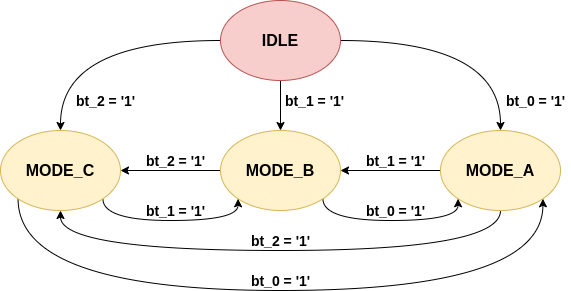
The draw.io diagram doc/images/fsm.png in Alberto12MC/Modules, before a commit. Source tidied: cells renumbered, new cells last; positions are measured from the earlier drawing's top-left corner, leaving out a move shared by most shapes.
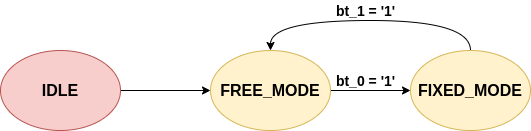
After the change.

Change to the diagram source:
```diff
@@ -2,91 +2,34 @@
   <root>
     <mxCell id="0" />
     <mxCell id="1" parent="0" />
-    <mxCell id="2" style="edgeStyle=orthogonalEdgeStyle;jettySize=auto;html=1;exitX=0;exitY=0.5;exitDx=0;exitDy=0;entryX=0.5;entryY=0;entryDx=0;entryDy=0;curved=1;" parent="1" edge="1" source="5" target="14">
-      <mxGeometry relative="1" as="geometry" />
-    </mxCell>
-    <mxCell id="3" style="edgeStyle=orthogonalEdgeStyle;curved=1;jettySize=auto;html=1;exitX=1;exitY=0.5;exitDx=0;exitDy=0;entryX=0.5;entryY=0;entryDx=0;entryDy=0;" parent="1" edge="1" source="5" target="8">
+    <mxCell id="3" style="edgeStyle=orthogonalEdgeStyle;curved=1;jettySize=auto;html=1;exitX=1;exitY=0.5;exitDx=0;exitDy=0;" parent="1" edge="1" source="5" target="8">
       <mxGeometry relative="1" as="geometry" />
     </mxCell>
-    <mxCell id="4" style="edgeStyle=orthogonalEdgeStyle;curved=1;jettySize=auto;html=1;exitX=0.5;exitY=1;exitDx=0;exitDy=0;" parent="1" edge="1" source="5" target="11">
-      <mxGeometry relative="1" as="geometry" />
-    </mxCell>
     <mxCell id="5" value="&lt;b style=&quot;font-size: 16px&quot;&gt;IDLE&lt;/b&gt;" style="ellipse;whiteSpace=wrap;html=1;fillColor=#f8cecc;strokeColor=#b85450;" parent="1" vertex="1">
-      <mxGeometry x="220" width="120" height="80" as="geometry" />
+      <mxGeometry x="20" y="130" width="120" height="80" as="geometry" />
     </mxCell>
-    <mxCell id="6" style="edgeStyle=orthogonalEdgeStyle;rounded=0;jettySize=auto;html=1;exitX=0;exitY=0.5;exitDx=0;exitDy=0;entryX=1;entryY=0.5;entryDx=0;entryDy=0;" parent="1" edge="1" source="8" target="11">
-      <mxGeometry relative="1" as="geometry" />
-    </mxCell>
-    <mxCell id="7" style="edgeStyle=orthogonalEdgeStyle;curved=1;jettySize=auto;html=1;exitX=0.5;exitY=1;exitDx=0;exitDy=0;entryX=0.5;entryY=1;entryDx=0;entryDy=0;" parent="1" edge="1" source="8" target="14">
-      <mxGeometry relative="1" as="geometry">
-        <Array as="points">
-          <mxPoint x="500" y="250" />
-          <mxPoint x="60" y="250" />
-        </Array>
-      </mxGeometry>
-    </mxCell>
+    <mxCell id="24" style="edgeStyle=orthogonalEdgeStyle;curved=1;jettySize=auto;html=1;exitX=1;exitY=0.5;exitDx=0;exitDy=0;entryX=0;entryY=0.5;entryDx=0;entryDy=0;" parent="1" edge="1" source="8" target="26">
+      <mxGeometry relative="1" as="geometry" />
+    </mxCell>
-    <mxCell id="8" value="&lt;b style=&quot;font-size: 16px&quot;&gt;MODE_A&lt;/b&gt;" style="ellipse;whiteSpace=wrap;html=1;fillColor=#fff2cc;strokeColor=#d6b656;" parent="1" vertex="1">
-      <mxGeometry x="440" y="130" width="120" height="80" as="geometry" />
+    <mxCell id="8" value="&lt;b style=&quot;font-size: 16px&quot;&gt;FREE_MODE&lt;/b&gt;" style="ellipse;whiteSpace=wrap;html=1;fillColor=#fff2cc;strokeColor=#d6b656;" parent="1" vertex="1">
+      <mxGeometry x="230" y="130" width="120" height="80" as="geometry" />
     </mxCell>
-    <mxCell id="9" style="edgeStyle=orthogonalEdgeStyle;rounded=0;jettySize=auto;html=1;exitX=0;exitY=0.5;exitDx=0;exitDy=0;entryX=1;entryY=0.5;entryDx=0;entryDy=0;" parent="1" edge="1" source="11" target="14">
-      <mxGeometry relative="1" as="geometry" />
-    </mxCell>
-    <mxCell id="10" style="edgeStyle=orthogonalEdgeStyle;curved=1;jettySize=auto;html=1;exitX=1;exitY=1;exitDx=0;exitDy=0;entryX=0;entryY=1;entryDx=0;entryDy=0;" parent="1" edge="1" source="11" target="8">
-      <mxGeometry relative="1" as="geometry">
-        <Array as="points">
-          <mxPoint x="322" y="220" />
-          <mxPoint x="458" y="220" />
-        </Array>
-      </mxGeometry>
-    </mxCell>
-    <mxCell id="11" value="&lt;b style=&quot;font-size: 16px&quot;&gt;MODE_B&lt;/b&gt;" style="ellipse;whiteSpace=wrap;html=1;fillColor=#fff2cc;strokeColor=#d6b656;" parent="1" vertex="1">
-      <mxGeometry x="220" y="130" width="120" height="80" as="geometry" />
-    </mxCell>
-    <mxCell id="12" style="edgeStyle=orthogonalEdgeStyle;curved=1;jettySize=auto;html=1;exitX=1;exitY=1;exitDx=0;exitDy=0;entryX=0;entryY=1;entryDx=0;entryDy=0;" parent="1" edge="1" source="14" target="11">
-      <mxGeometry relative="1" as="geometry">
-        <Array as="points">
-          <mxPoint x="102" y="220" />
-          <mxPoint x="238" y="220" />
-        </Array>
-      </mxGeometry>
-    </mxCell>
-    <mxCell id="13" style="edgeStyle=orthogonalEdgeStyle;curved=1;jettySize=auto;html=1;exitX=0;exitY=1;exitDx=0;exitDy=0;entryX=1;entryY=1;entryDx=0;entryDy=0;" parent="1" edge="1" source="14" target="8">
-      <mxGeometry relative="1" as="geometry">
-        <Array as="points">
-          <mxPoint x="18" y="290" />
-          <mxPoint x="542" y="290" />
-        </Array>
-      </mxGeometry>
-    </mxCell>
-    <mxCell id="14" value="&lt;b style=&quot;font-size: 16px&quot;&gt;MODE_C&lt;/b&gt;" style="ellipse;whiteSpace=wrap;html=1;fillColor=#fff2cc;strokeColor=#d6b656;" parent="1" vertex="1">
-      <mxGeometry y="130" width="120" height="80" as="geometry" />
-    </mxCell>
     <mxCell id="15" value="&lt;font style=&quot;font-size: 14px&quot;&gt;&lt;b&gt;bt_0 = '1'&lt;/b&gt;&lt;/font&gt;" style="text;html=1;align=center;verticalAlign=middle;" parent="1" vertex="1">
-      <mxGeometry x="500" y="90" width="70" height="20" as="geometry" />
+      <mxGeometry x="350" y="150" width="70" height="20" as="geometry" />
     </mxCell>
-    <mxCell id="16" value="&lt;font style=&quot;font-size: 14px&quot;&gt;&lt;b&gt;bt_1 = '1'&lt;/b&gt;&lt;/font&gt;" style="text;html=1;align=center;verticalAlign=middle;" parent="1" vertex="1">
-      <mxGeometry x="279" y="90" width="70" height="20" as="geometry" />
-    </mxCell>
-    <mxCell id="17" value="&lt;font style=&quot;font-size: 14px&quot;&gt;&lt;b&gt;bt_2 = '1'&lt;/b&gt;&lt;/font&gt;" style="text;html=1;align=center;verticalAlign=middle;" parent="1" vertex="1">
-      <mxGeometry x="70" y="90" width="70" height="20" as="geometry" />
-    </mxCell>
-    <mxCell id="18" value="&lt;font style=&quot;font-size: 14px&quot;&gt;&lt;b&gt;bt_0 = '1'&lt;/b&gt;&lt;/font&gt;" style="text;html=1;align=center;verticalAlign=middle;" parent="1" vertex="1">
-      <mxGeometry x="245" y="270" width="70" height="20" as="geometry" />
-    </mxCell>
-    <mxCell id="19" value="&lt;font style=&quot;font-size: 14px&quot;&gt;&lt;b&gt;bt_2 = '1'&lt;/b&gt;&lt;/font&gt;" style="text;html=1;align=center;verticalAlign=middle;" parent="1" vertex="1">
-      <mxGeometry x="245" y="230" width="70" height="20" as="geometry" />
-    </mxCell>
-    <mxCell id="20" value="&lt;font style=&quot;font-size: 14px&quot;&gt;&lt;b&gt;bt_0 = '1'&lt;/b&gt;&lt;/font&gt;" style="text;html=1;align=center;verticalAlign=middle;" parent="1" vertex="1">
-      <mxGeometry x="360" y="200" width="70" height="20" as="geometry" />
-    </mxCell>
-    <mxCell id="21" value="&lt;font style=&quot;font-size: 14px&quot;&gt;&lt;b&gt;bt_1 = '1'&lt;/b&gt;&lt;/font&gt;" style="text;html=1;align=center;verticalAlign=middle;" parent="1" vertex="1">
-      <mxGeometry x="140" y="200" width="70" height="20" as="geometry" />
-    </mxCell>
     <mxCell id="22" value="&lt;font style=&quot;font-size: 14px&quot;&gt;&lt;b&gt;bt_1 = '1'&lt;/b&gt;&lt;/font&gt;" style="text;html=1;align=center;verticalAlign=middle;" parent="1" vertex="1">
-      <mxGeometry x="360" y="150" width="70" height="20" as="geometry" />
+      <mxGeometry x="350" y="80" width="70" height="20" as="geometry" />
     </mxCell>
-    <mxCell id="23" value="&lt;font style=&quot;font-size: 14px&quot;&gt;&lt;b&gt;bt_2 = '1'&lt;/b&gt;&lt;/font&gt;" style="text;html=1;align=center;verticalAlign=middle;" parent="1" vertex="1">
-      <mxGeometry x="140" y="150" width="70" height="20" as="geometry" />
-    </mxCell>
+    <mxCell id="25" style="edgeStyle=orthogonalEdgeStyle;curved=1;jettySize=auto;html=1;exitX=0.5;exitY=0;exitDx=0;exitDy=0;entryX=0.5;entryY=0;entryDx=0;entryDy=0;" parent="1" edge="1" source="26" target="8">
+      <mxGeometry relative="1" as="geometry">
+        <Array as="points">
+          <mxPoint x="490" y="100" />
+          <mxPoint x="290" y="100" />
+        </Array>
+      </mxGeometry>
+    </mxCell>
+    <mxCell id="26" value="&lt;b style=&quot;font-size: 16px&quot;&gt;FIXED_MODE&lt;/b&gt;" style="ellipse;whiteSpace=wrap;html=1;fillColor=#fff2cc;strokeColor=#d6b656;" parent="1" vertex="1">
+      <mxGeometry x="430" y="130" width="120" height="80" as="geometry" />
+    </mxCell>
   </root>
 </mxGraphModel>
```
